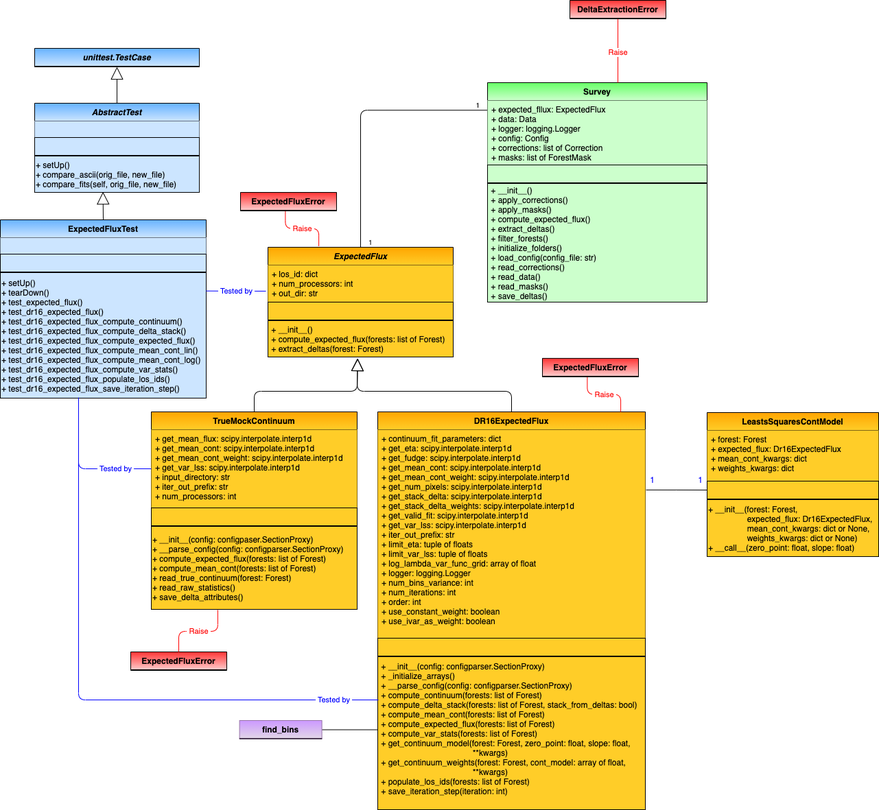
Before: docs/delta_extraction/data_model/data_model-ExpectedFlux.png, a diagram exported from draw.io (igmhub/picca). Source tidied: cells renumbered, new cells last; positions are measured from the earlier drawing's top-left corner, leaving out a move shared by most shapes.
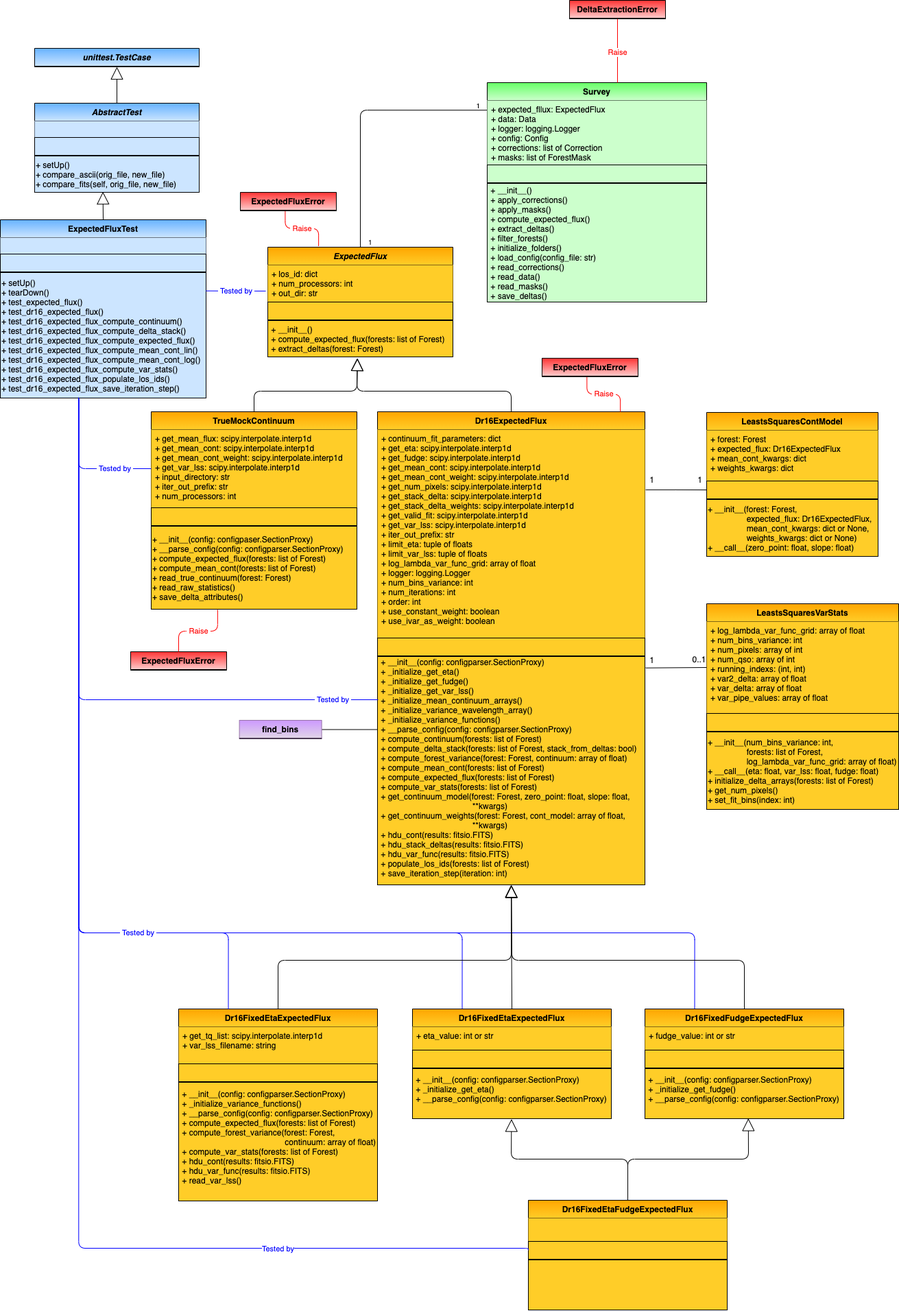
The same diagram one commit later.

Commit message:
updated docstrings and data model

Diff of the diagram source:
```diff
@@ -4,2 +4,28 @@
     <mxCell id="1" parent="0" />
+    <mxCell id="74" style="endArrow=none;html=1;edgeStyle=orthogonalEdgeStyle;strokeColor=#0000FF;entryX=0.382;entryY=0.999;entryDx=0;entryDy=0;entryPerimeter=0;exitX=0.25;exitY=0;exitDx=0;exitDy=0;" parent="1" edge="1" source="91" target="19">
+      <mxGeometry x="-0.56" relative="1" as="geometry">
+        <Array as="points">
+          <mxPoint x="1012" y="1360" />
+          <mxPoint x="115" y="1360" />
+        </Array>
+      </mxGeometry>
+    </mxCell>
+    <mxCell id="75" style="html=1;align=left;verticalAlign=bottom;labelBackgroundColor=#ffffff;fontSize=10;" parent="74" vertex="1">
+      <mxGeometry x="-1" relative="1" as="geometry">
+        <mxPoint x="10" as="offset" />
+      </mxGeometry>
+    </mxCell>
+    <mxCell id="76" style="endArrow=none;html=1;edgeStyle=orthogonalEdgeStyle;strokeColor=#0000FF;entryX=0.382;entryY=1.01;entryDx=0;entryDy=0;entryPerimeter=0;exitX=0.25;exitY=0;exitDx=0;exitDy=0;" parent="1" edge="1" source="86" target="19">
+      <mxGeometry x="-0.56" relative="1" as="geometry">
+        <Array as="points">
+          <mxPoint x="674" y="1360" />
+          <mxPoint x="115" y="1360" />
+        </Array>
+      </mxGeometry>
+    </mxCell>
+    <mxCell id="77" style="html=1;align=left;verticalAlign=bottom;labelBackgroundColor=#ffffff;fontSize=10;" parent="76" vertex="1">
+      <mxGeometry x="-1" relative="1" as="geometry">
+        <mxPoint x="10" as="offset" />
+      </mxGeometry>
+    </mxCell>
     <mxCell id="2" style="endArrow=none;html=1;edgeStyle=orthogonalEdgeStyle;entryX=-0.001;entryY=0.151;entryDx=0;entryDy=0;entryPerimeter=0;exitX=0.5;exitY=0;exitDx=0;exitDy=0;" parent="1" edge="1" source="10" target="6">
@@ -96,4 +122,4 @@
     </mxCell>
-    <mxCell id="29" value="DR16ExpectedFlux" style="swimlane;fontStyle=1;horizontal=1;startSize=26;fillColor=#ffcd28;swimlaneFillColor=#ffffff;rounded=0;shadow=0;glass=0;comic=0;strokeColor=#000000;gradientColor=#ffa500;swimlaneLine=1;gradientDirection=north;" parent="1" vertex="1">
-      <mxGeometry x="550" y="600" width="390" height="580" as="geometry" />
+    <mxCell id="29" value="Dr16ExpectedFlux" style="swimlane;fontStyle=1;horizontal=1;startSize=26;fillColor=#ffcd28;swimlaneFillColor=#ffffff;rounded=0;shadow=0;glass=0;comic=0;strokeColor=#000000;gradientColor=#ffa500;swimlaneLine=1;gradientDirection=north;" parent="1" vertex="1">
+      <mxGeometry x="550" y="600" width="390" height="690" as="geometry" />
     </mxCell>
@@ -108,4 +134,4 @@
     </mxCell>
-    <mxCell id="33" value=" + __init__(config: configparser.SectionProxy)&#10; + _initialize_arrays()&#10; + __parse_config(config: configparser.SectionProxy)&#10; + compute_continuum(forests: list of Forest)&#10; + compute_delta_stack(forests: list of Forest, stack_from_deltas: bool)&#10; + compute_mean_cont(forests: list of Forest)&#10; + compute_expected_flux(forests: list of Forest)&#10; + compute_var_stats(forests: list of Forest)&#10; + get_continuum_model(forest: Forest, zero_point: float, slope: float, &#10;                                         **kwargs)&#10; + get_continuum_weights(forest: Forest, cont_model: array of float,&#10;                                         **kwargs)&#10; + populate_los_ids(forests: list of Forest)&#10; + save_iteration_step(iteration: int)&#10;" style="text;strokeColor=#000000;fillColor=#ffcd28;align=left;verticalAlign=middle;overflow=hidden;points=[[0,0.5],[1,0.5]];portConstraint=eastwest;rounded=0;shadow=0;glass=0;comic=0;fontStyle=0;gradientColor=none;swimlaneFillColor=#ffffff;gradientDirection=north;startSize=26;" parent="29" vertex="1">
-      <mxGeometry y="357" width="390" height="223" as="geometry" />
+    <mxCell id="33" value=" + __init__(config: configparser.SectionProxy)&#10; + _initialize_get_eta()&#10; + _initialize_get_fudge()&#10; + _initialize_get_var_lss()&#10; + _initialize_mean_continuum_arrays()&#10; + _initialize_variance_wavelength_array()&#10; + _initialize_variance_functions()&#10; + __parse_config(config: configparser.SectionProxy)&#10; + compute_continuum(forests: list of Forest)&#10; + compute_delta_stack(forests: list of Forest, stack_from_deltas: bool)&#10; + compute_forest_variance(forest: Forest, continuum: array of float)&#10; + compute_mean_cont(forests: list of Forest)&#10; + compute_expected_flux(forests: list of Forest)&#10; + compute_var_stats(forests: list of Forest)&#10; + get_continuum_model(forest: Forest, zero_point: float, slope: float, &#10;                                         **kwargs)&#10; + get_continuum_weights(forest: Forest, cont_model: array of float,&#10;                                         **kwargs)&#10; + hdu_cont(results: fitsio.FITS)&#10; + hdu_stack_deltas(results: fitsio.FITS)&#10; + hdu_var_func(results: fitsio.FITS)&#10; + populate_los_ids(forests: list of Forest)&#10; + save_iteration_step(iteration: int)&#10;" style="text;strokeColor=#000000;fillColor=#ffcd28;align=left;verticalAlign=middle;overflow=hidden;points=[[0,0.5],[1,0.5]];portConstraint=eastwest;rounded=0;shadow=0;glass=0;comic=0;fontStyle=0;gradientColor=none;swimlaneFillColor=#ffffff;gradientDirection=north;startSize=26;" parent="29" vertex="1">
+      <mxGeometry y="357" width="390" height="333" as="geometry" />
     </mxCell>
@@ -265,8 +291,156 @@
     </mxCell>
-    <mxCell id="72" value="1" style="text;html=1;align=center;verticalAlign=middle;strokeColor=none;fillColor=none;fontColor=#0000FF;" parent="1" vertex="1">
+    <mxCell id="72" value="1" style="text;html=1;align=center;verticalAlign=middle;strokeColor=none;fillColor=none;fontColor=#000000;" parent="1" vertex="1">
       <mxGeometry x="940" y="690" width="20" height="20" as="geometry" />
     </mxCell>
-    <mxCell id="73" value="1" style="text;html=1;align=center;verticalAlign=middle;strokeColor=none;fillColor=none;fontColor=#0000FF;" parent="1" vertex="1">
+    <mxCell id="73" value="1" style="text;html=1;align=center;verticalAlign=middle;strokeColor=none;fillColor=none;fontColor=#000000;" parent="1" vertex="1">
       <mxGeometry x="1010" y="690" width="20" height="20" as="geometry" />
     </mxCell>
+    <mxCell id="78" value="LeastsSquaresVarStats" style="swimlane;fontStyle=1;horizontal=1;startSize=26;fillColor=#ffcd28;swimlaneFillColor=#ffffff;rounded=0;shadow=0;glass=0;comic=0;strokeColor=#000000;gradientColor=#ffa500;swimlaneLine=1;gradientDirection=north;" parent="1" vertex="1">
+      <mxGeometry x="1030" y="880" width="280" height="300" as="geometry" />
+    </mxCell>
+    <mxCell id="79" value="+ log_lambda_var_func_grid: array of float&#10;+ num_bins_variance: int&#10;+ num_pixels: array of int&#10;+ num_qso: array of int&#10;+ running_indexs: (int, int)&#10;+ var2_delta: array of float&#10;+ var_delta: array of float&#10;+ var_pipe_values: array of float &#10;" style="text;strokeColor=none;fillColor=#ffcd28;align=left;verticalAlign=top;spacingLeft=4;spacingRight=4;overflow=hidden;points=[[0,0.5],[1,0.5]];portConstraint=eastwest;gradientColor=none;" parent="78" vertex="1">
+      <mxGeometry y="26" width="280" height="134" as="geometry" />
+    </mxCell>
+    <mxCell id="80" style="text;strokeColor=#000000;fillColor=#ffcd28;align=left;verticalAlign=middle;overflow=hidden;rounded=0;shadow=0;glass=0;comic=0;fontStyle=0;gradientColor=none;swimlaneFillColor=#ffffff;gradientDirection=north;startSize=26;" parent="78" vertex="1">
+      <mxGeometry y="160" width="280" height="26" as="geometry" />
+    </mxCell>
+    <mxCell id="81" style="line;strokeWidth=1;fillColor=none;align=left;verticalAlign=middle;spacingTop=-1;spacingLeft=3;spacingRight=3;labelPosition=right;rounded=0;shadow=0;glass=0;comic=0;" parent="78" vertex="1">
+      <mxGeometry y="186" width="280" height="1" as="geometry" />
+    </mxCell>
+    <mxCell id="82" value="+ __init__(num_bins_variance: int,&#10;                 forests: list of Forest,&#10;                 log_lambda_var_func_grid: array of float)&#10;+ __call__(eta: float, var_lss: float, fudge: float)&#10;+ initialize_delta_arrays(forests: list of Forest)&#10;+ get_num_pixels()&#10;+ set_fit_bins(index: int)" style="text;strokeColor=#000000;fillColor=#ffcd28;align=left;verticalAlign=middle;overflow=hidden;rounded=0;shadow=0;glass=0;comic=0;fontStyle=0;gradientColor=none;swimlaneFillColor=#ffffff;gradientDirection=north;startSize=26;" parent="78" vertex="1">
+      <mxGeometry y="187" width="280" height="113" as="geometry" />
+    </mxCell>
+    <mxCell id="83" style="endArrow=none;html=1;rounded=0;fontColor=#000000;entryX=0;entryY=0.5;entryDx=0;entryDy=0;exitX=1.003;exitY=0.05;exitDx=0;exitDy=0;exitPerimeter=0;" parent="1" edge="1" source="33" target="79">
+      <mxGeometry relative="1" as="geometry" />
+    </mxCell>
+    <mxCell id="84" value="1" style="text;html=1;align=center;verticalAlign=middle;strokeColor=none;fillColor=none;fontColor=#000000;" parent="1" vertex="1">
+      <mxGeometry x="940" y="953" width="20" height="20" as="geometry" />
+    </mxCell>
+    <mxCell id="85" value="0..1" style="text;html=1;align=center;verticalAlign=middle;strokeColor=none;fillColor=none;fontColor=#000000;" parent="1" vertex="1">
+      <mxGeometry x="999" y="952" width="40" height="20" as="geometry" />
+    </mxCell>
+    <mxCell id="86" value="Dr16FixedEtaExpectedFlux" style="swimlane;fontStyle=1;horizontal=1;startSize=26;fillColor=#ffcd28;swimlaneFillColor=#ffffff;rounded=0;shadow=0;glass=0;comic=0;strokeColor=#000000;gradientColor=#ffa500;swimlaneLine=1;gradientDirection=north;" parent="1" vertex="1">
+      <mxGeometry x="601" y="1471" width="290" height="160" as="geometry" />
+    </mxCell>
+    <mxCell id="87" value="+ eta_value: int or str" style="text;strokeColor=none;fillColor=#ffcd28;align=left;verticalAlign=top;spacingLeft=4;spacingRight=4;overflow=hidden;gradientColor=none;" parent="86" vertex="1">
+      <mxGeometry y="26" width="290" height="34" as="geometry" />
+    </mxCell>
+    <mxCell id="88" style="text;strokeColor=#000000;fillColor=#ffcd28;align=left;verticalAlign=middle;overflow=hidden;rounded=0;shadow=0;glass=0;comic=0;fontStyle=0;gradientColor=none;swimlaneFillColor=#ffffff;gradientDirection=north;startSize=26;" parent="86" vertex="1">
+      <mxGeometry y="60" width="290" height="26" as="geometry" />
+    </mxCell>
+    <mxCell id="89" style="line;strokeWidth=1;fillColor=none;align=left;verticalAlign=middle;spacingTop=-1;spacingLeft=3;spacingRight=3;labelPosition=right;rounded=0;shadow=0;glass=0;comic=0;" parent="86" vertex="1">
+      <mxGeometry y="86" width="290" height="1" as="geometry" />
+    </mxCell>
+    <mxCell id="90" value=" + __init__(config: configparser.SectionProxy)&#10; + _initialize_get_eta()&#10; + __parse_config(config: configparser.SectionProxy)&#10;" style="text;strokeColor=#000000;fillColor=#ffcd28;align=left;verticalAlign=middle;overflow=hidden;points=[[0,0.5],[1,0.5]];portConstraint=eastwest;rounded=0;shadow=0;glass=0;comic=0;fontStyle=0;gradientColor=none;swimlaneFillColor=#ffffff;gradientDirection=north;startSize=26;" parent="86" vertex="1">
+      <mxGeometry y="87" width="290" height="73" as="geometry" />
+    </mxCell>
+    <mxCell id="91" value="Dr16FixedFudgeExpectedFlux" style="swimlane;fontStyle=1;horizontal=1;startSize=26;fillColor=#ffcd28;swimlaneFillColor=#ffffff;rounded=0;shadow=0;glass=0;comic=0;strokeColor=#000000;gradientColor=#ffa500;swimlaneLine=1;gradientDirection=north;" parent="1" vertex="1">
+      <mxGeometry x="940" y="1471" width="290" height="160" as="geometry" />
+    </mxCell>
+    <mxCell id="92" value="+ fudge_value: int or str" style="text;strokeColor=none;fillColor=#ffcd28;align=left;verticalAlign=top;spacingLeft=4;spacingRight=4;overflow=hidden;gradientColor=none;" parent="91" vertex="1">
+      <mxGeometry y="26" width="290" height="34" as="geometry" />
+    </mxCell>
+    <mxCell id="93" style="text;strokeColor=#000000;fillColor=#ffcd28;align=left;verticalAlign=middle;overflow=hidden;rounded=0;shadow=0;glass=0;comic=0;fontStyle=0;gradientColor=none;swimlaneFillColor=#ffffff;gradientDirection=north;startSize=26;" parent="91" vertex="1">
+      <mxGeometry y="60" width="290" height="26" as="geometry" />
+    </mxCell>
+    <mxCell id="94" style="line;strokeWidth=1;fillColor=none;align=left;verticalAlign=middle;spacingTop=-1;spacingLeft=3;spacingRight=3;labelPosition=right;rounded=0;shadow=0;glass=0;comic=0;" parent="91" vertex="1">
+      <mxGeometry y="86" width="290" height="1" as="geometry" />
+    </mxCell>
+    <mxCell id="95" value=" + __init__(config: configparser.SectionProxy)&#10; + _initialize_get_fudge()&#10; + __parse_config(config: configparser.SectionProxy)&#10;" style="text;strokeColor=#000000;fillColor=#ffcd28;align=left;verticalAlign=middle;overflow=hidden;points=[[0,0.5],[1,0.5]];portConstraint=eastwest;rounded=0;shadow=0;glass=0;comic=0;fontStyle=0;gradientColor=none;swimlaneFillColor=#ffffff;gradientDirection=north;startSize=26;" parent="91" vertex="1">
+      <mxGeometry y="87" width="290" height="73" as="geometry" />
+    </mxCell>
+    <mxCell id="96" value="Dr16FixedEtaFudgeExpectedFlux" style="swimlane;fontStyle=1;horizontal=1;startSize=26;fillColor=#ffcd28;swimlaneFillColor=#ffffff;rounded=0;shadow=0;glass=0;comic=0;strokeColor=#000000;gradientColor=#ffa500;swimlaneLine=1;gradientDirection=north;" parent="1" vertex="1">
+      <mxGeometry x="770" y="1750" width="290" height="160" as="geometry" />
+    </mxCell>
+    <mxCell id="97" style="text;strokeColor=none;fillColor=#ffcd28;align=left;verticalAlign=top;spacingLeft=4;spacingRight=4;overflow=hidden;gradientColor=none;" parent="96" vertex="1">
+      <mxGeometry y="26" width="290" height="34" as="geometry" />
+    </mxCell>
+    <mxCell id="98" style="text;strokeColor=#000000;fillColor=#ffcd28;align=left;verticalAlign=middle;overflow=hidden;points=[[0,0.5],[1,0.5]];portConstraint=eastwest;rounded=0;shadow=0;glass=0;comic=0;fontStyle=0;gradientColor=none;swimlaneFillColor=#ffffff;gradientDirection=north;startSize=26;" parent="96" vertex="1">
+      <mxGeometry y="60" width="290" height="26" as="geometry" />
+    </mxCell>
+    <mxCell id="99" style="line;strokeWidth=1;fillColor=none;align=left;verticalAlign=middle;spacingTop=-1;spacingLeft=3;spacingRight=3;labelPosition=right;rounded=0;shadow=0;glass=0;comic=0;" parent="96" vertex="1">
+      <mxGeometry y="86" width="290" height="1" as="geometry" />
+    </mxCell>
+    <mxCell id="100" style="text;strokeColor=#000000;fillColor=#ffcd28;align=left;verticalAlign=middle;overflow=hidden;rounded=0;shadow=0;glass=0;comic=0;fontStyle=0;gradientColor=none;swimlaneFillColor=#ffffff;gradientDirection=north;startSize=26;" parent="96" vertex="1">
+      <mxGeometry y="87" width="290" height="73" as="geometry" />
+    </mxCell>
+    <mxCell id="101" value="Dr16FixedEtaExpectedFlux" style="swimlane;fontStyle=1;horizontal=1;startSize=26;fillColor=#ffcd28;swimlaneFillColor=#ffffff;rounded=0;shadow=0;glass=0;comic=0;strokeColor=#000000;gradientColor=#ffa500;swimlaneLine=1;gradientDirection=north;" parent="1" vertex="1">
+      <mxGeometry x="260" y="1471" width="290" height="280" as="geometry" />
+    </mxCell>
+    <mxCell id="102" value="+ get_tq_list: scipy.interpolate.interp1d&#10;+ var_lss_filename: string" style="text;strokeColor=none;fillColor=#ffcd28;align=left;verticalAlign=top;spacingLeft=4;spacingRight=4;overflow=hidden;gradientColor=none;" parent="101" vertex="1">
+      <mxGeometry y="26" width="290" height="54" as="geometry" />
+    </mxCell>
+    <mxCell id="103" style="text;strokeColor=#000000;fillColor=#ffcd28;align=left;verticalAlign=middle;overflow=hidden;rounded=0;shadow=0;glass=0;comic=0;fontStyle=0;gradientColor=none;swimlaneFillColor=#ffffff;gradientDirection=north;startSize=26;" parent="101" vertex="1">
+      <mxGeometry y="80" width="290" height="26" as="geometry" />
+    </mxCell>
+    <mxCell id="104" style="line;strokeWidth=1;fillColor=none;align=left;verticalAlign=middle;spacingTop=-1;spacingLeft=3;spacingRight=3;labelPosition=right;rounded=0;shadow=0;glass=0;comic=0;" parent="101" vertex="1">
+      <mxGeometry y="106" width="290" height="1" as="geometry" />
+    </mxCell>
+    <mxCell id="105" value=" + __init__(config: configparser.SectionProxy)&#10; + _initialize_variance_functions()&#10; + __parse_config(config: configparser.SectionProxy)&#10; + compute_expected_flux(forests: list of Forest)&#10; + compute_forest_variance(forest: Forest, &#10;                                              continuum: array of float)&#10; + compute_var_stats(forests: list of Forest)&#10; + hdu_cont(results: fitsio.FITS)&#10; + hdu_var_func(results: fitsio.FITS)&#10; + read_var_lss()&#10;" style="text;strokeColor=#000000;fillColor=#ffcd28;align=left;verticalAlign=middle;overflow=hidden;rounded=0;shadow=0;glass=0;comic=0;fontStyle=0;gradientColor=none;swimlaneFillColor=#ffffff;gradientDirection=north;startSize=26;" parent="101" vertex="1">
+      <mxGeometry y="107" width="290" height="173" as="geometry" />
+    </mxCell>
+    <mxCell id="106" style="endArrow=block;endSize=16;endFill=0;html=1;exitX=0.5;exitY=0;exitDx=0;exitDy=0;entryX=0.5;entryY=1;entryDx=0;entryDy=0;" parent="1" edge="1" source="86" target="29">
+      <mxGeometry relative="1" as="geometry" />
+    </mxCell>
+    <mxCell id="107" style="endArrow=block;endSize=16;endFill=0;html=1;exitX=0.5;exitY=0;exitDx=0;exitDy=0;entryX=0.5;entryY=1.001;entryDx=0;entryDy=0;entryPerimeter=0;" parent="1" edge="1" source="91" target="33">
+      <mxGeometry relative="1" as="geometry">
+        <Array as="points">
+          <mxPoint x="1085" y="1400" />
+          <mxPoint x="746" y="1400" />
+        </Array>
+      </mxGeometry>
+    </mxCell>
+    <mxCell id="108" style="endArrow=block;endSize=16;endFill=0;html=1;exitX=0.5;exitY=0;exitDx=0;exitDy=0;entryX=0.501;entryY=1.002;entryDx=0;entryDy=0;entryPerimeter=0;" parent="1" edge="1" source="101" target="33">
+      <mxGeometry relative="1" as="geometry">
+        <Array as="points">
+          <mxPoint x="405" y="1400" />
+          <mxPoint x="745" y="1400" />
+        </Array>
+      </mxGeometry>
+    </mxCell>
+    <mxCell id="109" style="endArrow=block;endSize=16;endFill=0;html=1;exitX=0.5;exitY=0;exitDx=0;exitDy=0;entryX=0.498;entryY=1.008;entryDx=0;entryDy=0;entryPerimeter=0;" parent="1" edge="1" source="96" target="90">
+      <mxGeometry relative="1" as="geometry">
+        <Array as="points">
+          <mxPoint x="915" y="1690" />
+          <mxPoint x="745" y="1690" />
+        </Array>
+      </mxGeometry>
+    </mxCell>
+    <mxCell id="110" style="endArrow=block;endSize=16;endFill=0;html=1;exitX=0.5;exitY=0;exitDx=0;exitDy=0;entryX=0.52;entryY=0.994;entryDx=0;entryDy=0;entryPerimeter=0;" parent="1" edge="1" source="96" target="95">
+      <mxGeometry relative="1" as="geometry">
+        <Array as="points">
+          <mxPoint x="915" y="1690" />
+          <mxPoint x="1091" y="1690" />
+        </Array>
+      </mxGeometry>
+    </mxCell>
+    <mxCell id="111" value="&lt;font color=&quot;#0000ff&quot;&gt;&amp;nbsp;Tested by&amp;nbsp;&lt;/font&gt;" style="endArrow=none;html=1;edgeStyle=orthogonalEdgeStyle;strokeColor=#0000FF;entryX=0.38;entryY=1.004;entryDx=0;entryDy=0;entryPerimeter=0;exitX=0.25;exitY=0;exitDx=0;exitDy=0;" parent="1" edge="1" source="101" target="19">
+      <mxGeometry x="-0.56" relative="1" as="geometry">
+        <Array as="points">
+          <mxPoint x="332" y="1360" />
+          <mxPoint x="114" y="1360" />
+        </Array>
+      </mxGeometry>
+    </mxCell>
+    <mxCell id="112" style="html=1;align=left;verticalAlign=bottom;labelBackgroundColor=#ffffff;fontSize=10;" parent="111" vertex="1">
+      <mxGeometry x="-1" relative="1" as="geometry">
+        <mxPoint x="10" as="offset" />
+      </mxGeometry>
+    </mxCell>
+    <mxCell id="113" style="endArrow=none;html=1;edgeStyle=orthogonalEdgeStyle;strokeColor=#0000FF;entryX=0.381;entryY=1.003;entryDx=0;entryDy=0;entryPerimeter=0;exitX=0;exitY=0.5;exitDx=0;exitDy=0;" parent="1" edge="1" source="98" target="19">
+      <mxGeometry x="-0.56" relative="1" as="geometry">
+        <Array as="points">
+          <mxPoint x="770" y="1820" />
+          <mxPoint x="114" y="1820" />
+        </Array>
+      </mxGeometry>
+    </mxCell>
+    <mxCell id="114" style="html=1;align=left;verticalAlign=bottom;labelBackgroundColor=#ffffff;fontSize=10;" parent="113" vertex="1">
+      <mxGeometry x="-1" relative="1" as="geometry">
+        <mxPoint x="10" as="offset" />
+      </mxGeometry>
+    </mxCell>
+    <mxCell id="115" value="&lt;font color=&quot;#0000ff&quot;&gt;Tested by&lt;/font&gt;" style="edgeLabel;html=1;align=center;verticalAlign=middle;fontColor=#000000;" parent="113" vertex="1">
+      <mxGeometry x="-0.61" relative="1" as="geometry" />
+    </mxCell>
   </root>
```
